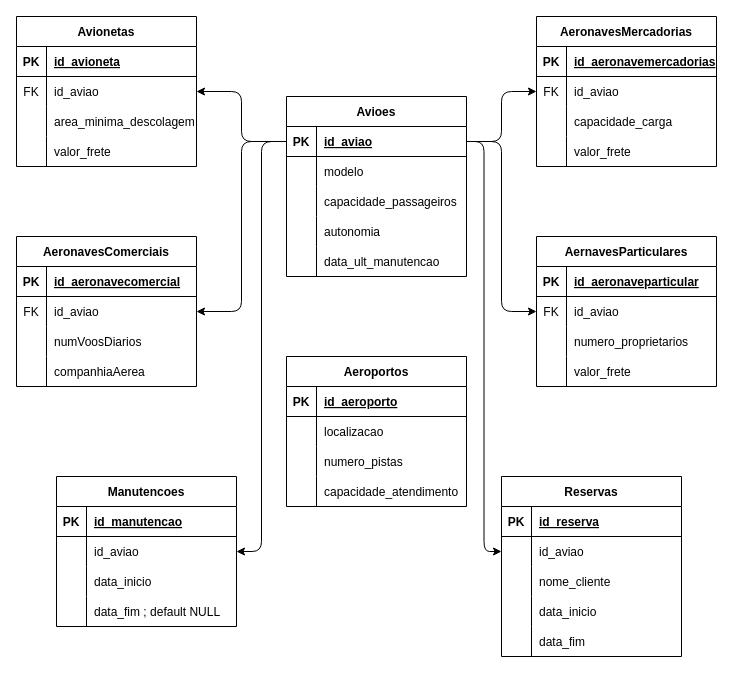
This is Instructions/DATABASESCHEMA.drawio from fabi0wz/Freight-Control-AeroMils, a draw.io file, before an edit. Source tidied: cells renumbered, new cells numbered last; positions are measured from the earlier drawing's top-left corner, leaving out a move shared by most shapes. Both pictures are drawn from the tidied source at 100%, with x=0, y=0 at pixel (16, 16).
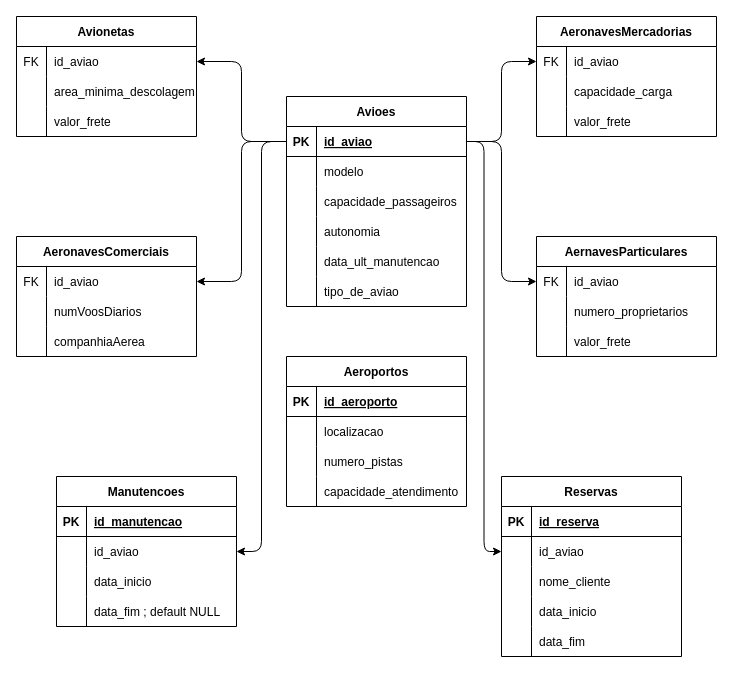
The same diagram, later.

What changed in the source:
```diff
@@
     <mxCell id="2" value="Avioes" style="shape=table;startSize=30;childLayout=tableLayout;rowLines=0;fontStyle=1;align=center;" parent="1" vertex="1">
-      <mxGeometry x="270" y="80" width="180" height="180" as="geometry" />
+      <mxGeometry x="270" y="80" width="180" height="210" as="geometry" />
     </mxCell>
@@
+    <mxCell id="118" style="shape=tableRow;horizontal=0;startSize=0;swimlaneHead=0;swimlaneBody=0;fillColor=none;top=0;left=0;right=0;bottom=0;" parent="2" vertex="1">
+      <mxGeometry y="180" width="180" height="30" as="geometry" />
+    </mxCell>
+    <mxCell id="119" style="shape=partialRectangle;fillColor=none;top=0;left=0;bottom=0;right=0;overflow=hidden;" parent="118" vertex="1">
+      <mxGeometry width="30" height="30" as="geometry" />
+    </mxCell>
+    <mxCell id="120" value="tipo_de_aviao" style="shape=partialRectangle;fillColor=none;top=0;left=0;bottom=0;right=0;align=left;spacingLeft=6;overflow=hidden;" parent="118" vertex="1">
+      <mxGeometry x="30" width="150" height="30" as="geometry" />
+    </mxCell>
     <mxCell id="18" value="Avionetas" style="shape=table;startSize=30;childLayout=tableLayout;rowLines=0;fontStyle=1;align=center;" parent="1" vertex="1">
-      <mxGeometry width="180" height="150" as="geometry" />
+      <mxGeometry width="180" height="120" as="geometry" />
     </mxCell>
-    <mxCell id="19" style="shape=tableRow;horizontal=0;startSize=0;swimlaneHead=0;swimlaneBody=0;fillColor=none;top=0;left=0;right=0;bottom=1;" parent="18" vertex="1">
-      <mxGeometry y="30" width="180" height="30" as="geometry" />
-    </mxCell>
-    <mxCell id="20" value="PK" style="shape=partialRectangle;fillColor=none;top=0;left=0;bottom=0;right=0;fontStyle=1;overflow=hidden;" parent="19" vertex="1">
-      <mxGeometry width="30" height="30" as="geometry" />
-    </mxCell>
-    <mxCell id="21" value="id_avioneta" style="shape=partialRectangle;fillColor=none;top=0;left=0;bottom=0;right=0;align=left;spacingLeft=6;fontStyle=5;overflow=hidden;" parent="19" vertex="1">
-      <mxGeometry x="30" width="150" height="30" as="geometry" />
-    </mxCell>
     <mxCell id="22" style="shape=tableRow;horizontal=0;startSize=0;swimlaneHead=0;swimlaneBody=0;fillColor=none;points=[[0,0.5],[1,0.5]];portConstraint=eastwest;top=0;left=0;right=0;bottom=0;" parent="18" vertex="1">
-      <mxGeometry y="60" width="180" height="30" as="geometry" />
+      <mxGeometry y="30" width="180" height="30" as="geometry" />
     </mxCell>
@@
     <mxCell id="25" style="shape=tableRow;horizontal=0;startSize=0;swimlaneHead=0;swimlaneBody=0;fillColor=none;top=0;left=0;right=0;bottom=0;" parent="18" vertex="1">
-      <mxGeometry y="90" width="180" height="30" as="geometry" />
+      <mxGeometry y="60" width="180" height="30" as="geometry" />
     </mxCell>
@@
     <mxCell id="28" style="shape=tableRow;horizontal=0;startSize=0;swimlaneHead=0;swimlaneBody=0;fillColor=none;top=0;left=0;right=0;bottom=0;" parent="18" vertex="1">
-      <mxGeometry y="120" width="180" height="30" as="geometry" />
+      <mxGeometry y="90" width="180" height="30" as="geometry" />
     </mxCell>
@@
     <mxCell id="31" value="AeronavesComerciais" style="shape=table;startSize=30;childLayout=tableLayout;rowLines=0;fontStyle=1;align=center;" parent="1" vertex="1">
-      <mxGeometry y="220" width="180" height="150" as="geometry" />
+      <mxGeometry y="220" width="180" height="120" as="geometry" />
     </mxCell>
-    <mxCell id="32" style="shape=tableRow;horizontal=0;startSize=0;swimlaneHead=0;swimlaneBody=0;fillColor=none;top=0;left=0;right=0;bottom=1;" parent="31" vertex="1">
-      <mxGeometry y="30" width="180" height="30" as="geometry" />
-    </mxCell>
-    <mxCell id="33" value="PK" style="shape=partialRectangle;fillColor=none;top=0;left=0;bottom=0;right=0;fontStyle=1;overflow=hidden;" parent="32" vertex="1">
-      <mxGeometry width="30" height="30" as="geometry" />
-    </mxCell>
-    <mxCell id="34" value="id_aeronavecomercial" style="shape=partialRectangle;fillColor=none;top=0;left=0;bottom=0;right=0;align=left;spacingLeft=6;fontStyle=5;overflow=hidden;" parent="32" vertex="1">
-      <mxGeometry x="30" width="150" height="30" as="geometry" />
-    </mxCell>
     <mxCell id="35" style="shape=tableRow;horizontal=0;startSize=0;swimlaneHead=0;swimlaneBody=0;fillColor=none;points=[[0,0.5],[1,0.5]];portConstraint=eastwest;top=0;left=0;right=0;bottom=0;" parent="31" vertex="1">
-      <mxGeometry y="60" width="180" height="30" as="geometry" />
+      <mxGeometry y="30" width="180" height="30" as="geometry" />
     </mxCell>
@@
     <mxCell id="38" style="shape=tableRow;horizontal=0;startSize=0;swimlaneHead=0;swimlaneBody=0;fillColor=none;top=0;left=0;right=0;bottom=0;" parent="31" vertex="1">
-      <mxGeometry y="90" width="180" height="30" as="geometry" />
+      <mxGeometry y="60" width="180" height="30" as="geometry" />
     </mxCell>
@@
     <mxCell id="41" style="shape=tableRow;horizontal=0;startSize=0;swimlaneHead=0;swimlaneBody=0;fillColor=none;top=0;left=0;right=0;bottom=0;" parent="31" vertex="1">
-      <mxGeometry y="120" width="180" height="30" as="geometry" />
+      <mxGeometry y="90" width="180" height="30" as="geometry" />
     </mxCell>
@@
     <mxCell id="44" value="AernavesParticulares" style="shape=table;startSize=30;childLayout=tableLayout;rowLines=0;fontStyle=1;align=center;" parent="1" vertex="1">
-      <mxGeometry x="520" y="220" width="180" height="150" as="geometry" />
+      <mxGeometry x="520" y="220" width="180" height="120" as="geometry" />
     </mxCell>
-    <mxCell id="45" style="shape=tableRow;horizontal=0;startSize=0;swimlaneHead=0;swimlaneBody=0;fillColor=none;top=0;left=0;right=0;bottom=1;" parent="44" vertex="1">
-      <mxGeometry y="30" width="180" height="30" as="geometry" />
-    </mxCell>
-    <mxCell id="46" value="PK" style="shape=partialRectangle;fillColor=none;top=0;left=0;bottom=0;right=0;fontStyle=1;overflow=hidden;" parent="45" vertex="1">
-      <mxGeometry width="30" height="30" as="geometry" />
-    </mxCell>
-    <mxCell id="47" value="id_aeronaveparticular" style="shape=partialRectangle;fillColor=none;top=0;left=0;bottom=0;right=0;align=left;spacingLeft=6;fontStyle=5;overflow=hidden;" parent="45" vertex="1">
-      <mxGeometry x="30" width="150" height="30" as="geometry" />
-    </mxCell>
     <mxCell id="48" style="shape=tableRow;horizontal=0;startSize=0;swimlaneHead=0;swimlaneBody=0;fillColor=none;points=[[0,0.5],[1,0.5]];portConstraint=eastwest;top=0;left=0;right=0;bottom=0;" parent="44" vertex="1">
-      <mxGeometry y="60" width="180" height="30" as="geometry" />
+      <mxGeometry y="30" width="180" height="30" as="geometry" />
     </mxCell>
@@
     <mxCell id="51" style="shape=tableRow;horizontal=0;startSize=0;swimlaneHead=0;swimlaneBody=0;fillColor=none;top=0;left=0;right=0;bottom=0;" parent="44" vertex="1">
-      <mxGeometry y="90" width="180" height="30" as="geometry" />
+      <mxGeometry y="60" width="180" height="30" as="geometry" />
     </mxCell>
@@
     <mxCell id="54" style="shape=tableRow;horizontal=0;startSize=0;swimlaneHead=0;swimlaneBody=0;fillColor=none;top=0;left=0;right=0;bottom=0;" parent="44" vertex="1">
-      <mxGeometry y="120" width="180" height="30" as="geometry" />
+      <mxGeometry y="90" width="180" height="30" as="geometry" />
     </mxCell>
@@
     <mxCell id="57" value="AeronavesMercadorias" style="shape=table;startSize=30;childLayout=tableLayout;rowLines=0;fontStyle=1;align=center;" parent="1" vertex="1">
-      <mxGeometry x="520" width="180" height="150" as="geometry" />
+      <mxGeometry x="520" width="180" height="120" as="geometry" />
     </mxCell>
-    <mxCell id="58" style="shape=tableRow;horizontal=0;startSize=0;swimlaneHead=0;swimlaneBody=0;fillColor=none;top=0;left=0;right=0;bottom=1;" parent="57" vertex="1">
-      <mxGeometry y="30" width="180" height="30" as="geometry" />
-    </mxCell>
-    <mxCell id="59" value="PK" style="shape=partialRectangle;fillColor=none;top=0;left=0;bottom=0;right=0;fontStyle=1;overflow=hidden;" parent="58" vertex="1">
-      <mxGeometry width="30" height="30" as="geometry" />
-    </mxCell>
-    <mxCell id="60" value="id_aeronavemercadorias" style="shape=partialRectangle;fillColor=none;top=0;left=0;bottom=0;right=0;align=left;spacingLeft=6;fontStyle=5;overflow=hidden;" parent="58" vertex="1">
-      <mxGeometry x="30" width="150" height="30" as="geometry" />
-    </mxCell>
     <mxCell id="61" style="shape=tableRow;horizontal=0;startSize=0;swimlaneHead=0;swimlaneBody=0;fillColor=none;points=[[0,0.5],[1,0.5]];portConstraint=eastwest;top=0;left=0;right=0;bottom=0;" parent="57" vertex="1">
-      <mxGeometry y="60" width="180" height="30" as="geometry" />
+      <mxGeometry y="30" width="180" height="30" as="geometry" />
     </mxCell>
@@
     <mxCell id="64" style="shape=tableRow;horizontal=0;startSize=0;swimlaneHead=0;swimlaneBody=0;fillColor=none;top=0;left=0;right=0;bottom=0;" parent="57" vertex="1">
-      <mxGeometry y="90" width="180" height="30" as="geometry" />
+      <mxGeometry y="60" width="180" height="30" as="geometry" />
     </mxCell>
@@
     <mxCell id="67" style="shape=tableRow;horizontal=0;startSize=0;swimlaneHead=0;swimlaneBody=0;fillColor=none;top=0;left=0;right=0;bottom=0;" parent="57" vertex="1">
-      <mxGeometry y="120" width="180" height="30" as="geometry" />
+      <mxGeometry y="90" width="180" height="30" as="geometry" />
     </mxCell>
```
